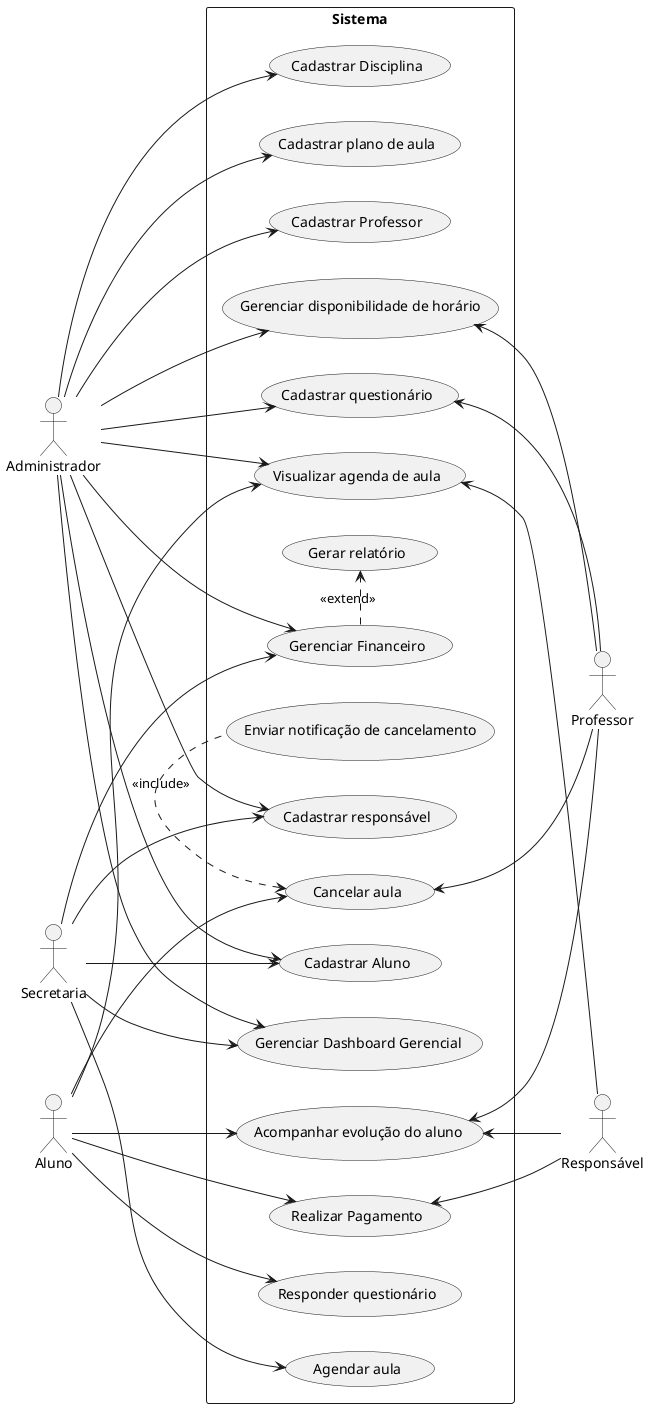
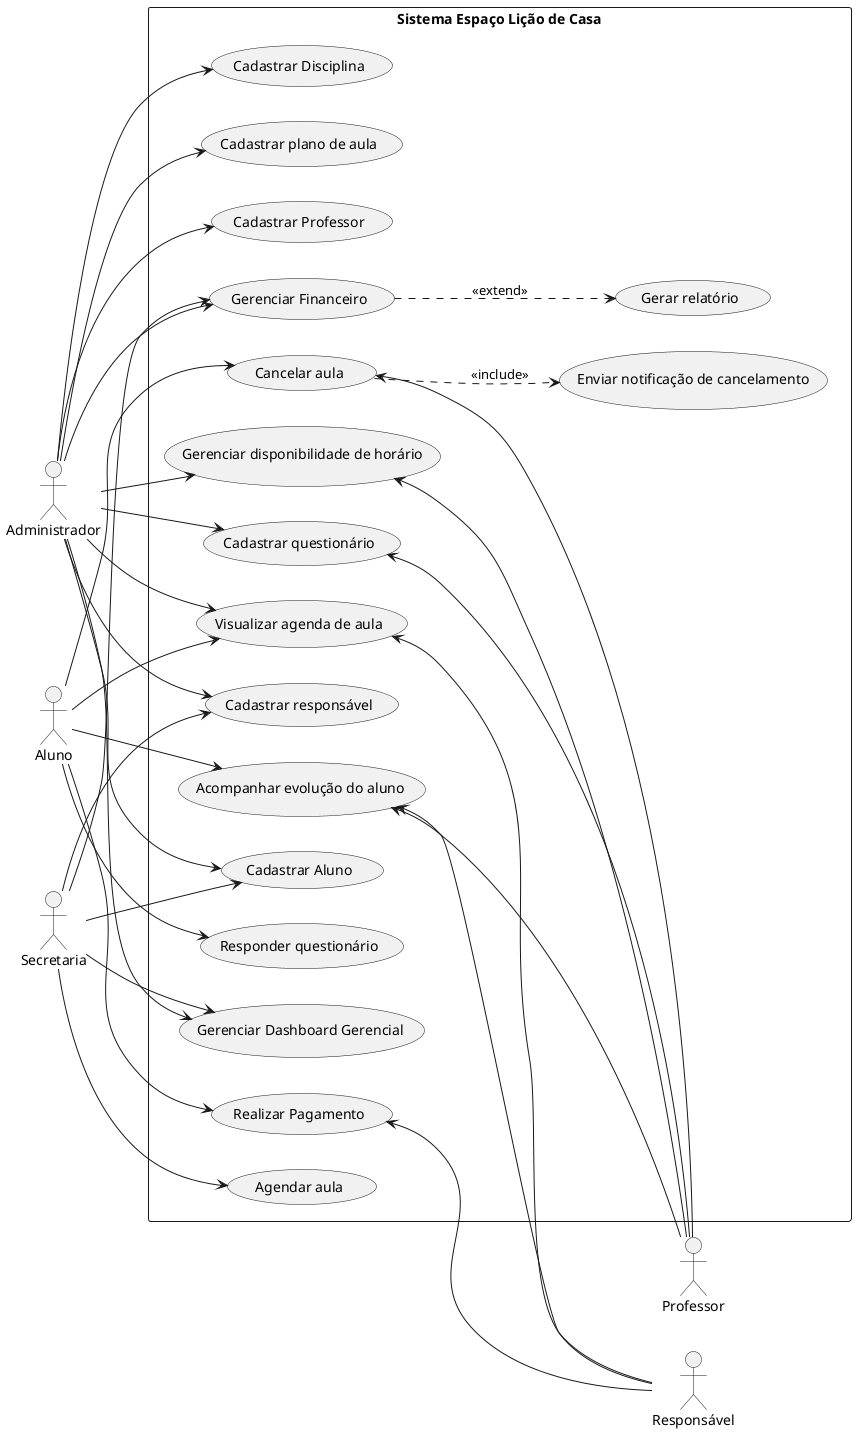
@startuml usecases
left to right direction

' --- ATORES ---
' Atores do lado esquerdo
actor "Administrador" as Admin
actor "Professor" as Professor

' Ator Superior e Inferior
actor "Aluno" as Aluno
actor "Responsável" as Responsavel

' Ator do lado direito
actor "Secretaria" as Secretaria

' --- LIMITE DO SISTEMA ---
- rectangle "Sistema" {
+ rectangle "Sistema Espaço Lição de Casa" {

    ' Casos de Uso - Coluna Esquerda
    usecase "Realizar Pagamento" as UC1
    usecase "Acompanhar evolução do aluno" as UC2
    usecase "Agendar aula" as UC3
    usecase "Visualizar agenda de aula" as UC4
    usecase "Cadastrar Disciplina" as UC5
    usecase "Cadastrar plano de aula" as UC6

    ' Casos de Uso - Coluna Centro/Direita
    usecase "Cadastrar responsável" as UC7
    usecase "Cadastrar Aluno" as UC8
    usecase "Cadastrar Professor" as UC9
    usecase "Gerenciar Financeiro" as UC10
    usecase "Gerenciar Dashboard Gerencial" as UC11
    usecase "Responder questionário" as UC12
    usecase "Gerenciar disponibilidade de horário" as UC13
    usecase "Cadastrar questionário" as UC14
-     usecase "Cancelar aula" as UC15

-     ' Casos de uso avulsos que recebem setas tracejadas (includes/extends)
-     usecase "Enviar notificação de cancelamento" as UCAuxA
+     ' Agrupamento para forçar a proximidade visual
+     together {
+         usecase "Cancelar aula" as UC15
+         usecase "Enviar notificação de cancelamento" as UCAuxA
+     }
+ 
+     ' Casos de uso avulsos
    usecase "Gerar relatório" as UCAuxB

}

' --- RELACIONAMENTOS (ASSOCIAÇÕES) ---
- ' Nota: As linhas abaixo simulam os traços principais vistos na imagem.
- ' Ajuste conforme a necessidade real do seu diagrama.
- 
Responsavel --> UC1
UC2 <-- Responsavel
UC4 <-- Responsavel

Aluno --> UC1
Aluno --> UC2
Aluno --> UC4
Aluno --> UC12
Aluno --> UC15

UC2  <-- Professor
UC13 <-- Professor
UC14 <-- Professor
UC15 <-- Professor

Secretaria --> UC3
Secretaria --> UC7
Secretaria --> UC8
Secretaria --> UC10
Secretaria --> UC11

Admin --> UC4
Admin --> UC5
Admin --> UC6
Admin --> UC7
Admin --> UC8
Admin --> UC9
Admin --> UC10
Admin --> UC11
Admin --> UC13
Admin --> UC14

' --- RELACIONAMENTOS ESPECIAIS (INCLUDE / EXTEND) ---
- ' Representam as setas tracejadas com << ... >> na sua imagem
- UC15 <. UCAuxA : <<include>>
- UC10 .> UCAuxB : <<extend>>
- 
- ' --- GENERALIZAÇÃO DE ATORES (Se houver) ---
- ' Há setas com triângulos vazios na imagem que parecem ligar atores,
- ' ou atores a casos de uso. Caso um ator herde de outro, use a sintaxe abaixo:
- ' AtorEsq2 --|> AtorEsq1
+ ' Utilizando a notação pontilhada padrão (..>) para melhorar o fluxo do layout
+ UC15 ..> UCAuxA : <<include>>
+ UC10 ..> UCAuxB : <<extend>>

@enduml